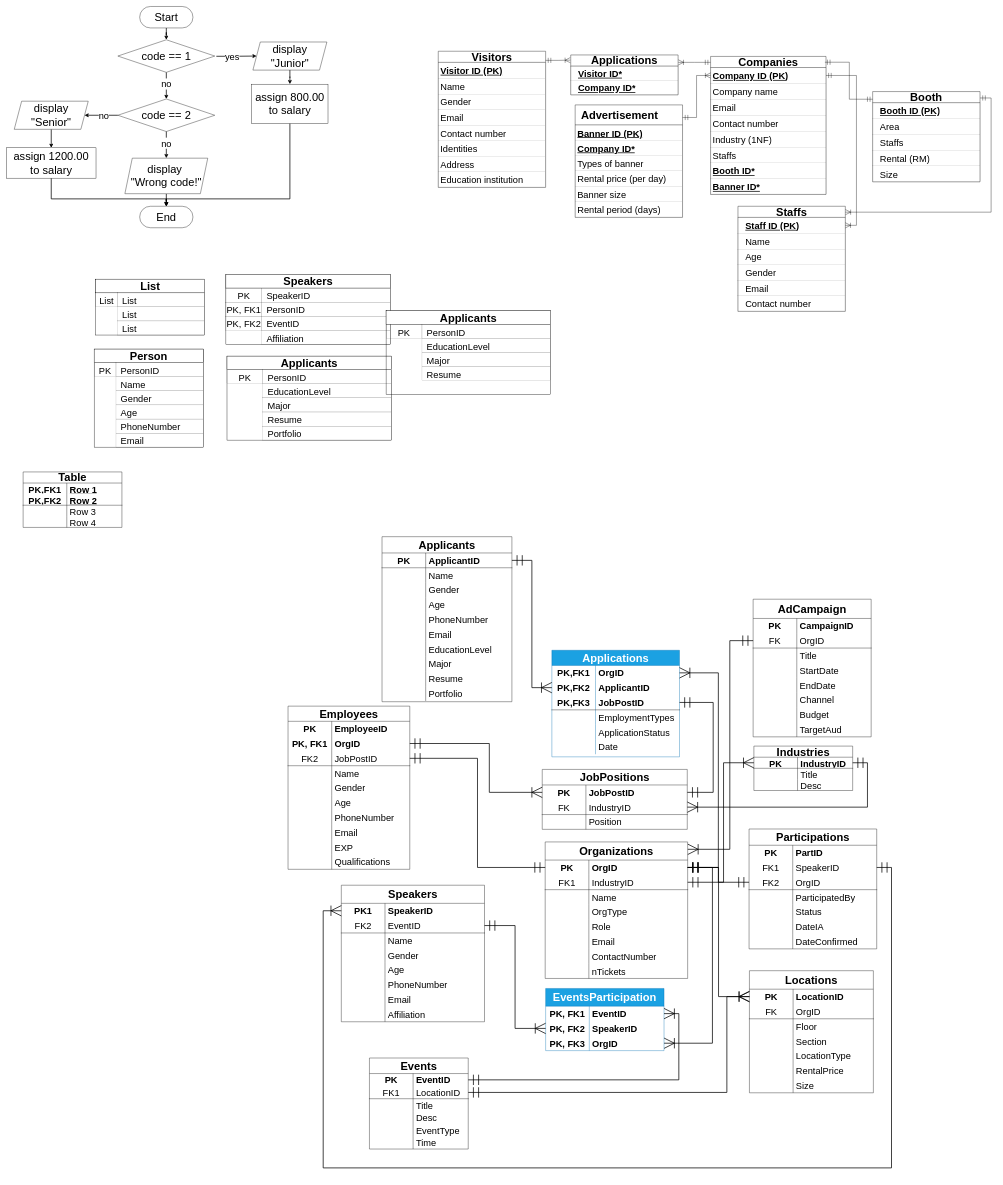
This is ERD BMCS1053 asg.drawio from twelve0dev9/BMCS1053-asg, a draw.io file, before an edit. Source tidied: cells renumbered, new cells numbered last; positions are measured from the earlier drawing's top-left corner, leaving out a move shared by most shapes. Both pictures are drawn from the tidied source at 37%, with x=0, y=0 at pixel (6, 6).
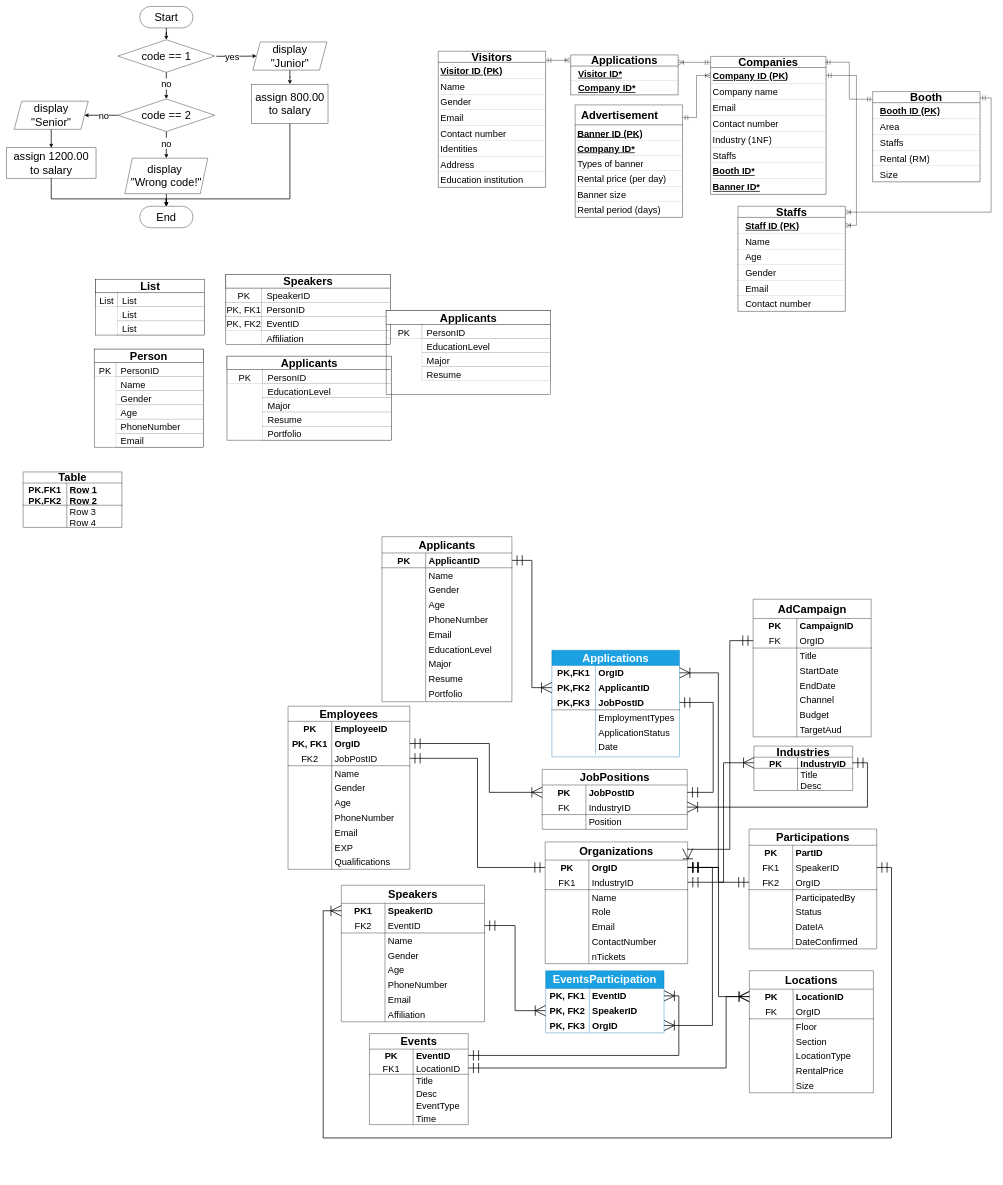
The same diagram, later.

The change refers to these unchanged cells:
```xml
<mxCell id="115" style="shape=tableRow;horizontal=0;startSize=0;swimlaneHead=0;swimlaneBody=0;fillColor=none;points=[[0,0.5],[1,0.5]];portConstraint=eastwest;top=0;left=0;right=0;bottom=0;html=1;fontSize=30;" parent="114" vertex="1">
  <mxGeometry y="49" width="387" height="40" as="geometry" />
</mxCell>
<mxCell id="247" style="shape=tableRow;horizontal=0;startSize=0;swimlaneHead=0;swimlaneBody=0;fillColor=none;points=[[0,0.5],[1,0.5]];portConstraint=eastwest;top=0;left=0;right=0;bottom=0;html=1;fontSize=30;fontStyle=0;" parent="243" vertex="1">
  <mxGeometry y="84" width="345" height="40" as="geometry" />
</mxCell>
<mxCell id="269" style="shape=tableRow;horizontal=0;startSize=0;swimlaneHead=0;swimlaneBody=0;fillColor=none;points=[[0,0.5],[1,0.5]];portConstraint=eastwest;top=0;left=0;right=0;bottom=1;html=1;fontSize=30;" parent="265" vertex="1">
  <mxGeometry y="76" width="267" height="34" as="geometry" />
</mxCell>
<mxCell id="285" style="shape=tableRow;horizontal=0;startSize=0;swimlaneHead=0;swimlaneBody=0;fillColor=none;points=[[0,0.5],[1,0.5]];portConstraint=eastwest;top=0;left=0;right=0;bottom=0;html=1;fontSize=30;" parent="284" vertex="1">
  <mxGeometry y="50" width="335" height="40" as="geometry" />
</mxCell>
```

What changed in the source:
```diff
@@
     <mxCell id="265" value="Events" style="shape=table;startSize=42;childLayout=tableLayout;rowLines=0;fontStyle=1;align=center;html=1;whiteSpace=wrap;fontSize=30;" parent="1" vertex="1">
-      <mxGeometry x="981" y="2842" width="267" height="246" as="geometry" />
+      <mxGeometry x="981" y="2776" width="267" height="246" as="geometry" />
     </mxCell>
@@
     <mxCell id="311" style="edgeStyle=orthogonalEdgeStyle;shape=connector;rounded=0;jettySize=auto;html=1;strokeColor=default;strokeWidth=2;align=center;verticalAlign=middle;fontFamily=Helvetica;fontSize=11;fontColor=default;labelBackgroundColor=default;startArrow=ERoneToMany;startFill=0;startSize=25;endArrow=ERmandOne;endFill=0;endSize=25;entryX=1;entryY=0.5;entryDx=0;entryDy=0;" parent="1" edge="1" source="285" target="269">
       <mxGeometry relative="1" as="geometry">
         <Array as="points">
-          <mxPoint x="1947" y="2676" />
-          <mxPoint x="1947" y="2935" />
+          <mxPoint x="1945" y="2676" />
+          <mxPoint x="1945" y="2869" />
         </Array>
       </mxGeometry>
     </mxCell>
@@
     <mxCell id="314" value="Organizations" style="shape=table;startSize=49;childLayout=tableLayout;rowLines=0;fontStyle=1;align=center;html=1;whiteSpace=wrap;fontSize=30;" parent="1" vertex="1">
-      <mxGeometry x="1456" y="2258" width="385" height="369" as="geometry" />
+      <mxGeometry x="1456" y="2258" width="385" height="329" as="geometry" />
     </mxCell>
@@
-    <mxCell id="324" style="shape=tableRow;horizontal=0;startSize=0;swimlaneHead=0;swimlaneBody=0;fillColor=none;top=0;left=0;right=0;bottom=0;html=1;fontSize=30;" parent="314" vertex="1">
-      <mxGeometry y="169" width="385" height="40" as="geometry" />
-    </mxCell>
-    <mxCell id="325" style="shape=partialRectangle;fillColor=none;top=0;left=0;bottom=0;right=0;overflow=hidden;html=1;whiteSpace=wrap;fontSize=25;" parent="324" vertex="1">
-      <mxGeometry width="118" height="40" as="geometry" />
-    </mxCell>
-    <mxCell id="326" value="OrgType" style="shape=partialRectangle;fillColor=none;top=0;left=0;bottom=0;right=0;align=left;spacingLeft=6;overflow=hidden;html=1;whiteSpace=wrap;fontSize=25;" parent="324" vertex="1">
-      <mxGeometry x="118" width="267" height="40" as="geometry" />
-    </mxCell>
     <mxCell id="327" style="shape=tableRow;horizontal=0;startSize=0;swimlaneHead=0;swimlaneBody=0;fillColor=none;top=0;left=0;right=0;bottom=0;html=1;fontSize=30;" parent="314" vertex="1">
-      <mxGeometry y="209" width="385" height="40" as="geometry" />
+      <mxGeometry y="169" width="385" height="40" as="geometry" />
     </mxCell>
@@
     <mxCell id="330" style="shape=tableRow;horizontal=0;startSize=0;swimlaneHead=0;swimlaneBody=0;fillColor=none;top=0;left=0;right=0;bottom=0;html=1;fontSize=30;" parent="314" vertex="1">
-      <mxGeometry y="249" width="385" height="40" as="geometry" />
+      <mxGeometry y="209" width="385" height="40" as="geometry" />
     </mxCell>
@@
     <mxCell id="333" style="shape=tableRow;horizontal=0;startSize=0;swimlaneHead=0;swimlaneBody=0;fillColor=none;top=0;left=0;right=0;bottom=0;html=1;fontSize=30;" parent="314" vertex="1">
-      <mxGeometry y="289" width="385" height="40" as="geometry" />
+      <mxGeometry y="249" width="385" height="40" as="geometry" />
     </mxCell>
@@
     <mxCell id="336" style="shape=tableRow;horizontal=0;startSize=0;swimlaneHead=0;swimlaneBody=0;fillColor=none;top=0;left=0;right=0;bottom=0;html=1;fontSize=30;" parent="314" vertex="1">
-      <mxGeometry y="329" width="385" height="40" as="geometry" />
+      <mxGeometry y="289" width="385" height="40" as="geometry" />
     </mxCell>
@@
     <mxCell id="377" value="EventsParticipation" style="shape=table;startSize=48;childLayout=tableLayout;rowLines=0;fontStyle=1;align=center;html=1;whiteSpace=wrap;fontSize=30;fillColor=#1ba1e2;fontColor=#ffffff;strokeColor=#006EAF;" parent="1" vertex="1">
-      <mxGeometry x="1457.2" y="2654" width="320" height="168" as="geometry" />
+      <mxGeometry x="1457.2" y="2606" width="320" height="168" as="geometry" />
     </mxCell>
@@
     <mxCell id="390" style="edgeStyle=orthogonalEdgeStyle;shape=connector;rounded=0;jettySize=auto;html=1;entryX=1;entryY=0.5;entryDx=0;entryDy=0;strokeColor=default;strokeWidth=2;align=center;verticalAlign=middle;fontFamily=Helvetica;fontSize=11;fontColor=default;labelBackgroundColor=default;startArrow=ERoneToMany;startFill=0;startSize=25;endArrow=ERmandOne;endFill=0;endSize=25;" parent="1" edge="1" source="115" target="247">
       <mxGeometry relative="1" as="geometry">
         <Array as="points">
           <mxPoint x="856" y="2444" />
-          <mxPoint x="856" y="3139" />
-          <mxPoint x="2392" y="3139" />
+          <mxPoint x="856" y="3058" />
+          <mxPoint x="2392" y="3058" />
           <mxPoint x="2392" y="2327" />
         </Array>
       </mxGeometry>
     </mxCell>
```
